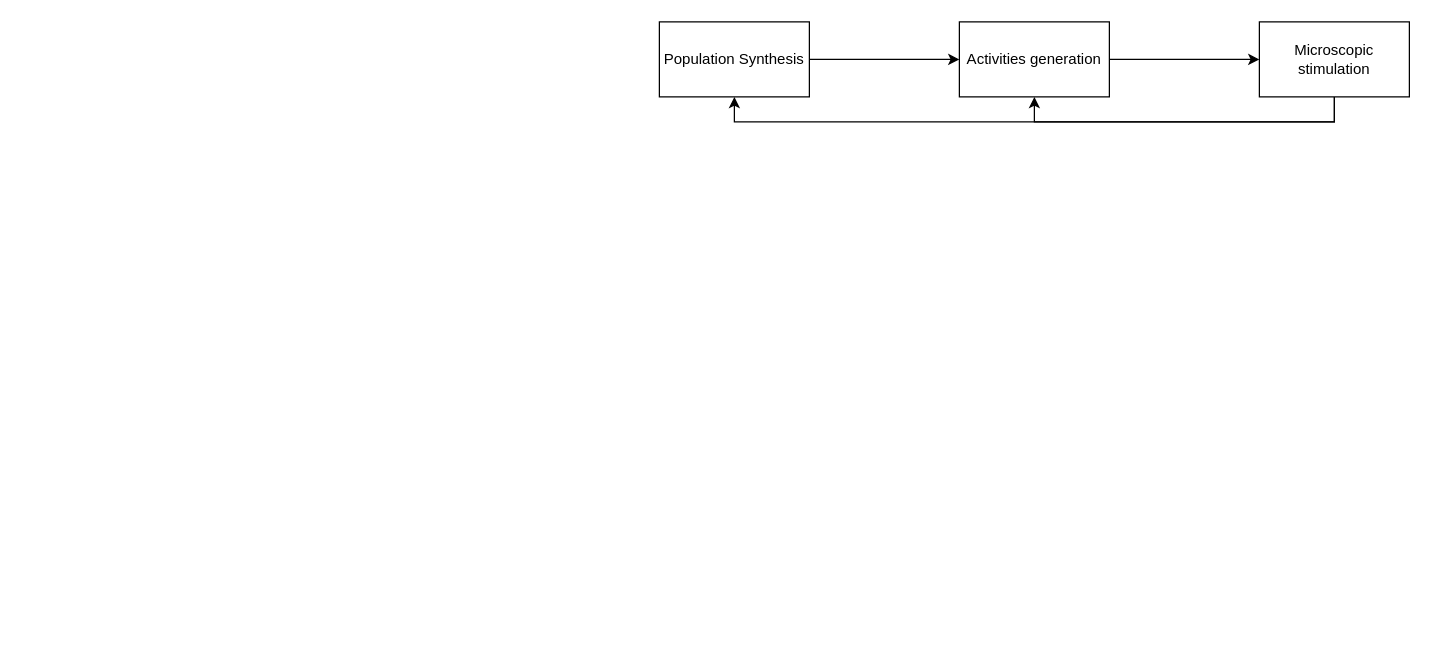
Above: simple_BN_learn/GeneralABM.drawio in bobkatla/PopSyn_Monash (draw.io), before the change. Source tidied: cells renumbered, new cells numbered last; positions are measured from the earlier drawing's top-left corner, leaving out a move shared by most shapes. Both pictures are drawn from the tidied source at 125%, with x=0, y=0 at pixel (659, 21).
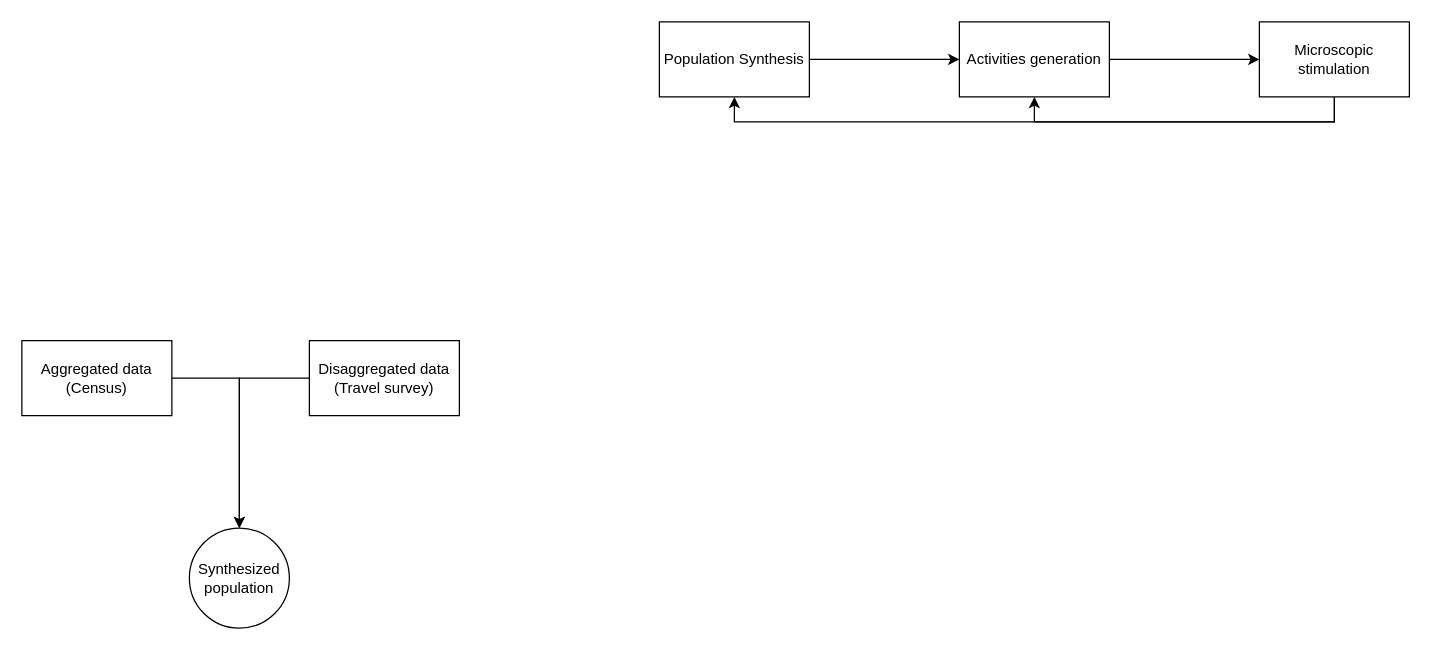
Above is the later version.

Diff of the diagram source:
```diff
@@
 <mxGraphModel>
   <root>
     <mxCell id="0" />
     <mxCell id="1" parent="0" />
     <mxCell id="2" style="edgeStyle=orthogonalEdgeStyle;rounded=0;jettySize=auto;html=1;exitX=1;exitY=0.5;exitDx=0;exitDy=0;entryX=0;entryY=0.5;entryDx=0;entryDy=0;" parent="1" edge="1" source="3" target="5">
       <mxGeometry relative="1" as="geometry" />
     </mxCell>
     <mxCell id="3" value="Population Synthesis" style="rounded=0;whiteSpace=wrap;html=1;" parent="1" vertex="1">
       <mxGeometry width="120" height="60" as="geometry" />
     </mxCell>
     <mxCell id="4" style="edgeStyle=orthogonalEdgeStyle;rounded=0;jettySize=auto;html=1;exitX=1;exitY=0.5;exitDx=0;exitDy=0;entryX=0;entryY=0.5;entryDx=0;entryDy=0;" parent="1" edge="1" source="5" target="8">
       <mxGeometry relative="1" as="geometry" />
     </mxCell>
     <mxCell id="5" value="Activities generation" style="rounded=0;whiteSpace=wrap;html=1;" parent="1" vertex="1">
       <mxGeometry x="240" width="120" height="60" as="geometry" />
     </mxCell>
     <mxCell id="6" style="edgeStyle=orthogonalEdgeStyle;rounded=0;jettySize=auto;html=1;entryX=0.5;entryY=1;entryDx=0;entryDy=0;" parent="1" edge="1" source="8" target="5">
       <mxGeometry relative="1" as="geometry">
         <Array as="points">
           <mxPoint x="540" y="80" />
           <mxPoint x="300" y="80" />
         </Array>
       </mxGeometry>
     </mxCell>
     <mxCell id="7" style="edgeStyle=orthogonalEdgeStyle;rounded=0;jettySize=auto;html=1;entryX=0.5;entryY=1;entryDx=0;entryDy=0;" parent="1" edge="1" source="8" target="3">
       <mxGeometry relative="1" as="geometry">
         <Array as="points">
           <mxPoint x="540" y="80" />
           <mxPoint x="60" y="80" />
         </Array>
       </mxGeometry>
     </mxCell>
     <mxCell id="8" value="Microscopic stimulation" style="rounded=0;whiteSpace=wrap;html=1;" parent="1" vertex="1">
       <mxGeometry x="480" width="120" height="60" as="geometry" />
     </mxCell>
+    <mxCell id="9" style="edgeStyle=orthogonalEdgeStyle;rounded=0;jettySize=auto;html=1;entryX=0.5;entryY=0;entryDx=0;entryDy=0;" parent="1" edge="1" source="10" target="13">
+      <mxGeometry relative="1" as="geometry" />
+    </mxCell>
+    <mxCell id="10" value="Aggregated data (Census)" style="rounded=0;whiteSpace=wrap;html=1;" parent="1" vertex="1">
+      <mxGeometry x="-510" y="255" width="120" height="60" as="geometry" />
+    </mxCell>
+    <mxCell id="11" style="edgeStyle=orthogonalEdgeStyle;rounded=0;jettySize=auto;html=1;entryX=0.5;entryY=0;entryDx=0;entryDy=0;" parent="1" edge="1" source="12" target="13">
+      <mxGeometry relative="1" as="geometry">
+        <Array as="points">
+          <mxPoint x="-336" y="285" />
+        </Array>
+      </mxGeometry>
+    </mxCell>
+    <mxCell id="12" value="Disaggregated data (Travel survey)" style="rounded=0;whiteSpace=wrap;html=1;" parent="1" vertex="1">
+      <mxGeometry x="-280" y="255" width="120" height="60" as="geometry" />
+    </mxCell>
+    <mxCell id="13" value="Synthesized population" style="ellipse;whiteSpace=wrap;html=1;" parent="1" vertex="1">
+      <mxGeometry x="-376" y="405" width="80" height="80" as="geometry" />
+    </mxCell>
   </root>
 </mxGraphModel>
```
